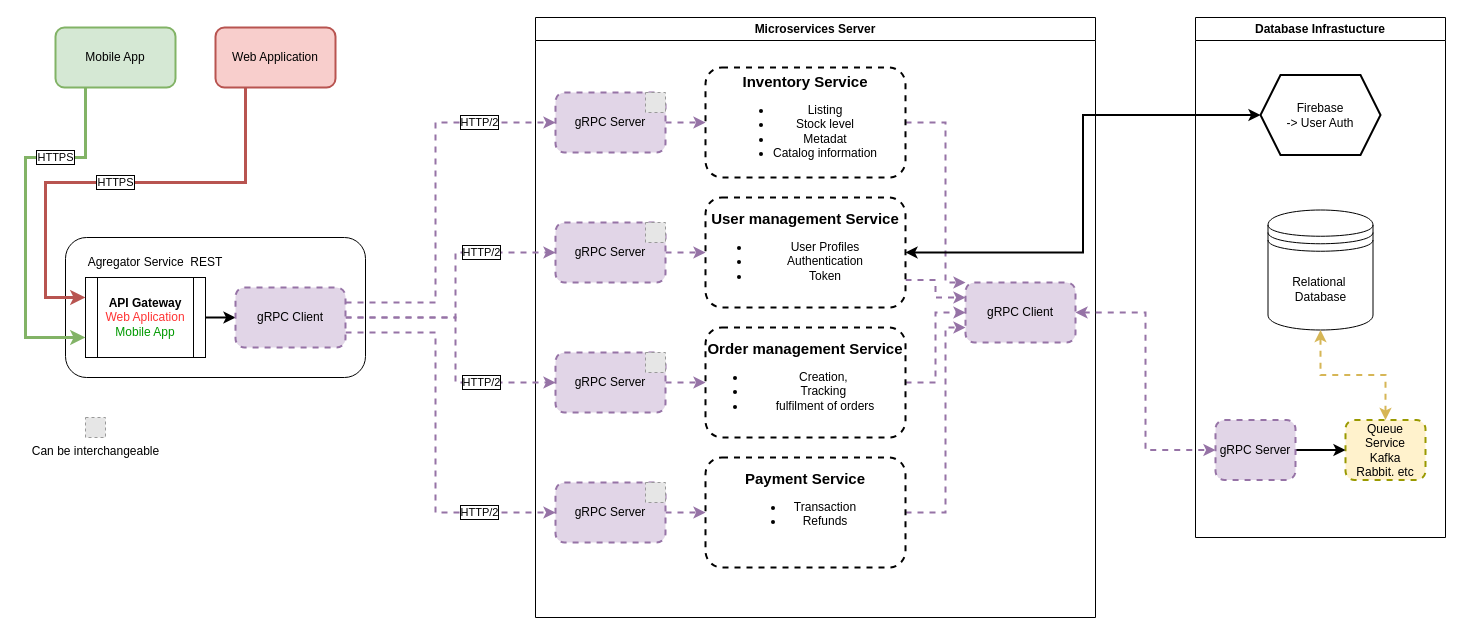
Above: Untitled Diagram.drawio in ArturArtimonte/diagrans (draw.io), before the change. Source tidied: cells renumbered, new cells numbered last; positions are measured from the earlier drawing's top-left corner, leaving out a move shared by most shapes. Both pictures are drawn from the tidied source at 100%, with x=0, y=0 at pixel (25, 17). Pictures stored in the file or linked from it are replaced by grey dashed boxes.
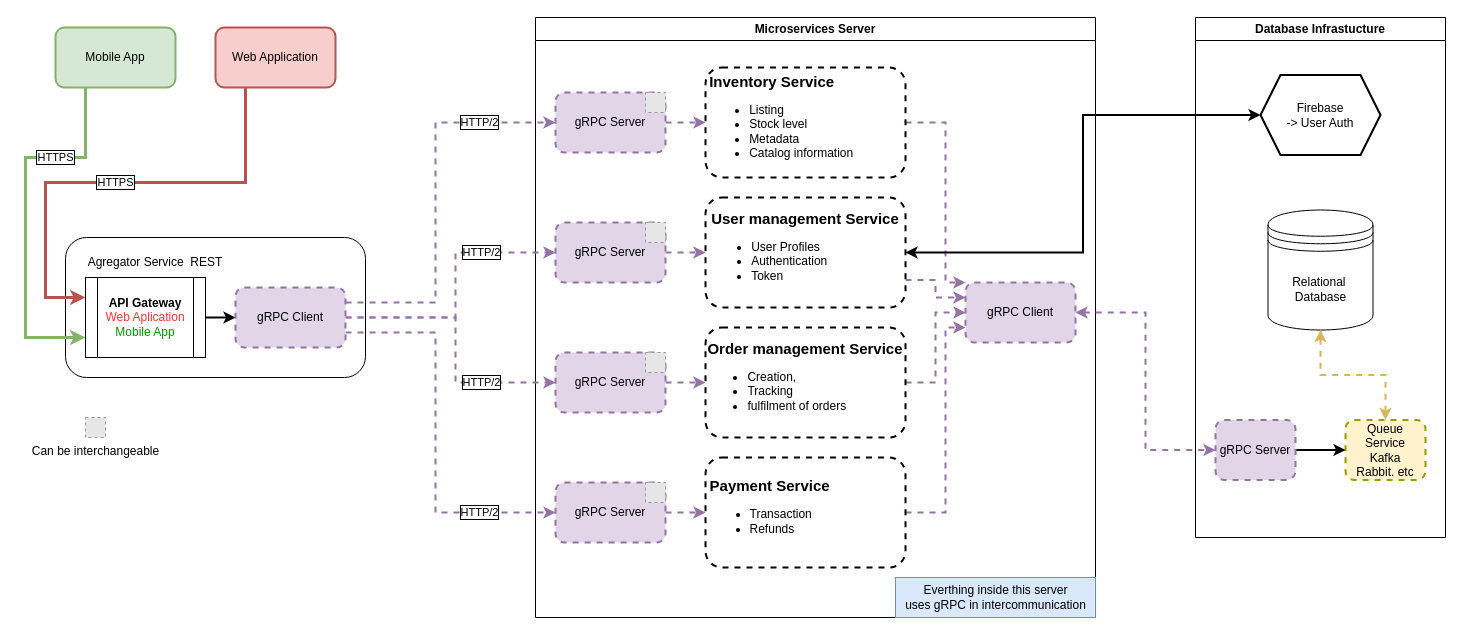
The same page after the edit.

Unchanged cells that the change refers to:
```xml
<mxCell id="2" value="Microservices Server" style="swimlane;whiteSpace=wrap;html=1;" parent="1" vertex="1">
  <mxGeometry x="510" width="560" height="600" as="geometry" />
</mxCell>
```

What changed in the source:
```diff
@@
-    <mxCell id="4" value="&lt;b&gt;&lt;font style=&quot;font-size: 15px;&quot;&gt;Inventory Service&lt;/font&gt;&lt;/b&gt;&lt;br&gt;&lt;ul&gt;&lt;li&gt;Listing&lt;/li&gt;&lt;li&gt;Stock level&lt;/li&gt;&lt;li&gt;Metadat&lt;/li&gt;&lt;li&gt;Catalog information&lt;/li&gt;&lt;/ul&gt;" style="rounded=1;whiteSpace=wrap;html=1;strokeWidth=2;dashed=1;" parent="2" vertex="1">
+    <mxCell id="4" value="&lt;b&gt;&lt;font style=&quot;font-size: 15px;&quot;&gt;Inventory Service&amp;nbsp; &amp;nbsp; &amp;nbsp; &amp;nbsp; &amp;nbsp; &amp;nbsp; &amp;nbsp; &amp;nbsp;&amp;nbsp;&lt;/font&gt;&lt;/b&gt;&lt;br&gt;&lt;ul&gt;&lt;li style=&quot;text-align: left;&quot;&gt;Listing&lt;/li&gt;&lt;li style=&quot;text-align: left;&quot;&gt;Stock level&lt;/li&gt;&lt;li style=&quot;text-align: left;&quot;&gt;Metadata&lt;/li&gt;&lt;li style=&quot;text-align: left;&quot;&gt;Catalog information&lt;/li&gt;&lt;/ul&gt;" style="rounded=1;whiteSpace=wrap;html=1;strokeWidth=2;dashed=1;" parent="2" vertex="1">
       <mxGeometry x="170" y="50" width="200" height="110" as="geometry" />
     </mxCell>
@@
-    <mxCell id="6" value="&lt;b&gt;&lt;font style=&quot;font-size: 15px;&quot;&gt;User management Service&lt;/font&gt;&lt;/b&gt;&lt;br&gt;&lt;ul&gt;&lt;li&gt;User Profiles&lt;/li&gt;&lt;li&gt;Authentication&lt;/li&gt;&lt;li&gt;Token&lt;/li&gt;&lt;/ul&gt;" style="rounded=1;whiteSpace=wrap;html=1;strokeWidth=2;dashed=1;" parent="2" vertex="1">
+    <mxCell id="6" value="&lt;b&gt;&lt;font style=&quot;font-size: 15px;&quot;&gt;User management Service&lt;/font&gt;&lt;/b&gt;&lt;br&gt;&lt;ul&gt;&lt;li style=&quot;text-align: left;&quot;&gt;User Profiles&lt;/li&gt;&lt;li style=&quot;text-align: left;&quot;&gt;Authentication&lt;/li&gt;&lt;li style=&quot;text-align: left;&quot;&gt;Token&lt;/li&gt;&lt;/ul&gt;" style="rounded=1;whiteSpace=wrap;html=1;strokeWidth=2;dashed=1;" parent="2" vertex="1">
       <mxGeometry x="170" y="180" width="200" height="110" as="geometry" />
     </mxCell>
@@
-    <mxCell id="8" value="&lt;b&gt;&lt;font style=&quot;font-size: 15px;&quot;&gt;Order management Service&lt;/font&gt;&lt;/b&gt;&lt;span style=&quot;background-color: initial;&quot;&gt;&lt;br&gt;&lt;ul&gt;&lt;li&gt;&lt;span style=&quot;background-color: initial;&quot;&gt;Creation,&amp;nbsp;&lt;/span&gt;&lt;/li&gt;&lt;li&gt;&lt;span style=&quot;background-color: initial;&quot;&gt;Tracking&amp;nbsp;&lt;/span&gt;&lt;/li&gt;&lt;li&gt;&lt;span style=&quot;background-color: initial;&quot;&gt;fulfilment of orders&lt;/span&gt;&lt;/li&gt;&lt;/ul&gt;&lt;/span&gt;" style="rounded=1;whiteSpace=wrap;html=1;strokeWidth=2;dashed=1;" parent="2" vertex="1">
+    <mxCell id="8" value="&lt;b&gt;&lt;font style=&quot;font-size: 15px;&quot;&gt;Order management Service&lt;/font&gt;&lt;/b&gt;&lt;span style=&quot;background-color: initial;&quot;&gt;&lt;br&gt;&lt;ul&gt;&lt;li style=&quot;text-align: left;&quot;&gt;&lt;span style=&quot;background-color: initial;&quot;&gt;Creation,&amp;nbsp;&lt;/span&gt;&lt;/li&gt;&lt;li style=&quot;text-align: left;&quot;&gt;&lt;span style=&quot;background-color: initial;&quot;&gt;Tracking&amp;nbsp;&lt;/span&gt;&lt;/li&gt;&lt;li style=&quot;text-align: left;&quot;&gt;&lt;span style=&quot;background-color: initial;&quot;&gt;fulfilment of orders&lt;/span&gt;&lt;/li&gt;&lt;/ul&gt;&lt;/span&gt;" style="rounded=1;whiteSpace=wrap;html=1;strokeWidth=2;dashed=1;" parent="2" vertex="1">
       <mxGeometry x="170" y="310" width="200" height="110" as="geometry" />
     </mxCell>
@@
-    <mxCell id="10" value="&lt;b&gt;&lt;font style=&quot;font-size: 15px;&quot;&gt;Payment Service&lt;/font&gt;&lt;/b&gt;&lt;br&gt;&lt;ul&gt;&lt;li&gt;Transaction&lt;/li&gt;&lt;li&gt;Refunds&lt;/li&gt;&lt;/ul&gt;&lt;br&gt;" style="rounded=1;whiteSpace=wrap;html=1;strokeWidth=2;dashed=1;" parent="2" vertex="1">
+    <mxCell id="10" value="&lt;b&gt;&lt;font style=&quot;font-size: 15px;&quot;&gt;Payment Service&amp;nbsp; &amp;nbsp; &amp;nbsp; &amp;nbsp; &amp;nbsp; &amp;nbsp; &amp;nbsp; &amp;nbsp; &amp;nbsp;&lt;/font&gt;&lt;/b&gt;&lt;br&gt;&lt;ul&gt;&lt;li style=&quot;text-align: left;&quot;&gt;Transaction&lt;/li&gt;&lt;li style=&quot;text-align: left;&quot;&gt;Refunds&lt;/li&gt;&lt;/ul&gt;" style="rounded=1;whiteSpace=wrap;html=1;strokeWidth=2;dashed=1;" parent="2" vertex="1">
       <mxGeometry x="170" y="440" width="200" height="110" as="geometry" />
     </mxCell>
@@
+    <mxCell id="47" value="Everthing inside this server&lt;br&gt;uses gRPC in intercommunication" style="text;html=1;align=center;verticalAlign=middle;strokeColor=#6c8ebf;fillColor=#dae8fc;perimeterSpacing=0;rounded=0;glass=0;" parent="2" vertex="1">
+      <mxGeometry x="360" y="560" width="200" height="40" as="geometry" />
+    </mxCell>
```
